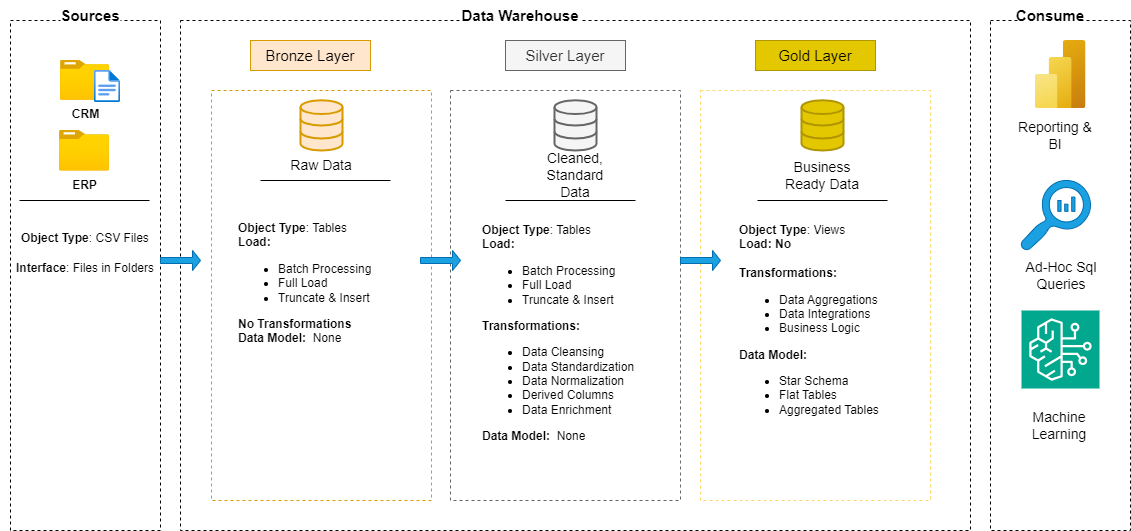
Above: documents/High level architecture draw.png in rahmakhaledsalama/sql-data-warehouse-project (draw.io), before the change. Source tidied: cells renumbered, new cells last; positions are measured from the earlier drawing's top-left corner, leaving out a move shared by most shapes. Its diagram source:
```xml
<mxGraphModel>
  <root>
    <mxCell id="0" />
    <mxCell id="1" parent="0" />
    <mxCell id="2" style="rounded=0;whiteSpace=wrap;html=1;dashed=1;fillColor=none;" parent="1" vertex="1">
      <mxGeometry x="10" y="20" width="150" height="510" as="geometry" />
    </mxCell>
    <mxCell id="3" value="&lt;b&gt;&lt;font style=&quot;font-size: 15px;&quot;&gt;Sources&lt;/font&gt;&lt;/b&gt;" style="text;html=1;align=center;verticalAlign=middle;whiteSpace=wrap;rounded=0;fillColor=default;" parent="1" vertex="1">
      <mxGeometry x="60" width="60" height="30" as="geometry" />
    </mxCell>
    <mxCell id="4" style="rounded=0;whiteSpace=wrap;html=1;dashed=1;fillColor=none;" parent="1" vertex="1">
      <mxGeometry x="180" y="20" width="790" height="510" as="geometry" />
    </mxCell>
    <mxCell id="5" style="rounded=0;whiteSpace=wrap;html=1;dashed=1;fillColor=none;" parent="1" vertex="1">
      <mxGeometry x="990" y="20" width="140" height="510" as="geometry" />
    </mxCell>
    <mxCell id="6" value="&lt;b&gt;&lt;font style=&quot;font-size: 15px;&quot;&gt;Data Warehouse&lt;/font&gt;&lt;/b&gt;" style="text;html=1;align=center;verticalAlign=middle;whiteSpace=wrap;rounded=0;fillColor=default;" parent="1" vertex="1">
      <mxGeometry x="460" width="120" height="30" as="geometry" />
    </mxCell>
    <mxCell id="7" value="&lt;b&gt;&lt;font style=&quot;font-size: 15px;&quot;&gt;Consume&lt;/font&gt;&lt;/b&gt;" style="text;html=1;align=center;verticalAlign=middle;whiteSpace=wrap;rounded=0;fillColor=default;" parent="1" vertex="1">
      <mxGeometry x="1020" width="60" height="30" as="geometry" />
    </mxCell>
    <mxCell id="8" value="&lt;font style=&quot;font-size: 15px;&quot;&gt;Bronze Layer&lt;/font&gt;" style="rounded=0;whiteSpace=wrap;html=1;fillColor=#ffe6cc;strokeColor=#d79b00;" parent="1" vertex="1">
      <mxGeometry x="250" y="40" width="120" height="30" as="geometry" />
    </mxCell>
    <mxCell id="9" style="rounded=0;whiteSpace=wrap;html=1;dashed=1;fillColor=none;strokeColor=#d79b00;" parent="1" vertex="1">
      <mxGeometry x="211" y="90" width="220" height="410" as="geometry" />
    </mxCell>
    <mxCell id="10" value="&lt;font style=&quot;font-size: 15px;&quot;&gt;Silver Layer&lt;/font&gt;" style="rounded=0;whiteSpace=wrap;html=1;fillColor=#f5f5f5;strokeColor=#666666;fontColor=#333333;" parent="1" vertex="1">
      <mxGeometry x="505" y="40" width="120" height="30" as="geometry" />
    </mxCell>
    <mxCell id="11" style="rounded=0;whiteSpace=wrap;html=1;dashed=1;fillColor=none;fontColor=#333333;strokeColor=#666666;" parent="1" vertex="1">
      <mxGeometry x="450" y="90" width="230" height="410" as="geometry" />
    </mxCell>
    <mxCell id="12" value="&lt;font style=&quot;font-size: 15px;&quot;&gt;Gold Layer&lt;/font&gt;" style="rounded=0;whiteSpace=wrap;html=1;fillColor=#e3c800;strokeColor=#B09500;fontColor=#000000;" parent="1" vertex="1">
      <mxGeometry x="755" y="40" width="120" height="30" as="geometry" />
    </mxCell>
    <mxCell id="13" style="rounded=0;whiteSpace=wrap;html=1;dashed=1;fillColor=none;strokeColor=#FFD966;fontColor=#000000;" parent="1" vertex="1">
      <mxGeometry x="700" y="90" width="230" height="410" as="geometry" />
    </mxCell>
    <mxCell id="14" value="&lt;b&gt;CRM&lt;/b&gt;" style="image;html=1;align=center;fontSize=12;image=img/lib/azure2/general/Folder_Blank.svg;" parent="1" vertex="1">
      <mxGeometry x="60" y="60" width="49" height="39.8" as="geometry" />
    </mxCell>
    <mxCell id="15" style="image;html=1;align=center;fontSize=12;image=img/lib/azure2/general/File.svg;" parent="1" vertex="1">
      <mxGeometry x="94" y="70" width="26" height="32" as="geometry" />
    </mxCell>
    <mxCell id="16" value="&lt;b&gt;ERP&lt;/b&gt;" style="image;html=1;align=center;fontSize=12;image=img/lib/azure2/general/Folder_Blank.svg;" parent="1" vertex="1">
      <mxGeometry x="59" y="130" width="50" height="40.6" as="geometry" />
    </mxCell>
    <mxCell id="17" style="endArrow=none;html=1;rounded=0;" parent="1" edge="1">
      <mxGeometry relative="1" as="geometry">
        <mxPoint x="19" y="200" as="sourcePoint" />
        <mxPoint x="149" y="200" as="targetPoint" />
      </mxGeometry>
    </mxCell>
    <mxCell id="18" value="&lt;font&gt;&lt;b style=&quot;&quot;&gt;Object Type&lt;/b&gt;: CSV Files&lt;/font&gt;&lt;div&gt;&lt;br&gt;&lt;/div&gt;" style="text;html=1;align=left;verticalAlign=middle;whiteSpace=wrap;rounded=0;" parent="1" vertex="1">
      <mxGeometry x="19" y="230" width="130" height="30" as="geometry" />
    </mxCell>
    <mxCell id="19" value="&lt;div&gt;&lt;b&gt;Interface&lt;/b&gt;: Files in Folders&lt;/div&gt;&lt;div&gt;&lt;br style=&quot;text-align: left;&quot;&gt;&lt;/div&gt;" style="text;html=1;align=center;verticalAlign=middle;whiteSpace=wrap;rounded=0;" parent="1" vertex="1">
      <mxGeometry y="260" width="170" height="30" as="geometry" />
    </mxCell>
    <mxCell id="20" style="html=1;verticalLabelPosition=bottom;align=center;labelBackgroundColor=#ffffff;verticalAlign=top;strokeWidth=2;strokeColor=#d79b00;shadow=0;dashed=0;shape=mxgraph.ios7.icons.data;fillColor=#ffe6cc;" parent="1" vertex="1">
      <mxGeometry x="300" y="99.8" width="42" height="50.2" as="geometry" />
    </mxCell>
    <mxCell id="21" style="html=1;verticalLabelPosition=bottom;align=center;labelBackgroundColor=#ffffff;verticalAlign=top;strokeWidth=2;strokeColor=#666666;shadow=0;dashed=0;shape=mxgraph.ios7.icons.data;fillColor=#f5f5f5;fontColor=#333333;" parent="1" vertex="1">
      <mxGeometry x="554" y="99.8" width="42" height="50.2" as="geometry" />
    </mxCell>
    <mxCell id="22" style="html=1;verticalLabelPosition=bottom;align=center;labelBackgroundColor=#ffffff;verticalAlign=top;strokeWidth=2;strokeColor=#B09500;shadow=0;dashed=0;shape=mxgraph.ios7.icons.data;fillColor=#e3c800;fontColor=#000000;" parent="1" vertex="1">
      <mxGeometry x="801" y="99.8" width="42" height="50.2" as="geometry" />
    </mxCell>
    <mxCell id="23" style="shape=singleArrow;whiteSpace=wrap;html=1;fillColor=#1ba1e2;strokeColor=#006EAF;fontColor=#ffffff;" parent="1" vertex="1">
      <mxGeometry x="680" y="250" width="40" height="20" as="geometry" />
    </mxCell>
    <mxCell id="24" style="shape=singleArrow;whiteSpace=wrap;html=1;fillColor=#1ba1e2;strokeColor=#006EAF;fontColor=#ffffff;" parent="1" vertex="1">
      <mxGeometry x="160" y="250" width="40" height="20" as="geometry" />
    </mxCell>
    <mxCell id="25" style="shape=singleArrow;whiteSpace=wrap;html=1;fillColor=#1ba1e2;strokeColor=#006EAF;fontColor=#ffffff;" parent="1" vertex="1">
      <mxGeometry x="420" y="250" width="40" height="20" as="geometry" />
    </mxCell>
    <mxCell id="26" value="&lt;font style=&quot;font-size: 14px;&quot;&gt;Raw Data&lt;/font&gt;" style="text;html=1;align=center;verticalAlign=middle;whiteSpace=wrap;rounded=0;" parent="1" vertex="1">
      <mxGeometry x="281" y="150" width="80" height="30" as="geometry" />
    </mxCell>
    <mxCell id="27" value="&lt;font style=&quot;font-size: 14px;&quot;&gt;Cleaned, Standard Data&lt;/font&gt;" style="text;html=1;align=center;verticalAlign=middle;whiteSpace=wrap;rounded=0;" parent="1" vertex="1">
      <mxGeometry x="535" y="140" width="80" height="70" as="geometry" />
    </mxCell>
    <mxCell id="28" value="&lt;font style=&quot;font-size: 14px;&quot;&gt;Business Ready Data&lt;/font&gt;" style="text;html=1;align=center;verticalAlign=middle;whiteSpace=wrap;rounded=0;" parent="1" vertex="1">
      <mxGeometry x="782" y="140" width="80" height="70" as="geometry" />
    </mxCell>
    <mxCell id="29" style="endArrow=none;html=1;rounded=0;" parent="1" edge="1">
      <mxGeometry relative="1" as="geometry">
        <mxPoint x="260" y="180" as="sourcePoint" />
        <mxPoint x="390" y="180" as="targetPoint" />
      </mxGeometry>
    </mxCell>
    <mxCell id="30" style="endArrow=none;html=1;rounded=0;" parent="1" edge="1">
      <mxGeometry relative="1" as="geometry">
        <mxPoint x="505" y="200" as="sourcePoint" />
        <mxPoint x="635" y="200" as="targetPoint" />
      </mxGeometry>
    </mxCell>
    <mxCell id="31" style="endArrow=none;html=1;rounded=0;" parent="1" edge="1">
      <mxGeometry relative="1" as="geometry">
        <mxPoint x="757" y="200" as="sourcePoint" />
        <mxPoint x="887" y="200" as="targetPoint" />
      </mxGeometry>
    </mxCell>
    <mxCell id="32" value="&lt;font&gt;&lt;b style=&quot;&quot;&gt;Object Type&lt;/b&gt;: Tables&lt;/font&gt;&lt;div&gt;&lt;b&gt;Load:&lt;/b&gt;&lt;/div&gt;&lt;div&gt;&lt;ul&gt;&lt;li&gt;Batch Processing&lt;/li&gt;&lt;li&gt;Full Load&lt;/li&gt;&lt;li&gt;&lt;span style=&quot;background-color: transparent; color: light-dark(rgb(0, 0, 0), rgb(255, 255, 255));&quot;&gt;Truncate &amp;amp; Insert&lt;/span&gt;&lt;/li&gt;&lt;/ul&gt;&lt;b&gt;No Transformations&lt;span style=&quot;white-space: pre;&quot;&gt;&#9;&lt;/span&gt;&lt;/b&gt;&lt;/div&gt;&lt;div&gt;&lt;b&gt;Data Model:&amp;nbsp;&lt;/b&gt;&amp;nbsp;None&amp;nbsp;&lt;br&gt;&lt;div&gt;&lt;br&gt;&lt;/div&gt;&lt;/div&gt;" style="text;html=1;align=left;verticalAlign=middle;whiteSpace=wrap;rounded=0;" parent="1" vertex="1">
      <mxGeometry x="236" y="170.6" width="170" height="239" as="geometry" />
    </mxCell>
    <mxCell id="33" value="&lt;font&gt;&lt;b style=&quot;&quot;&gt;Object Type&lt;/b&gt;: Tables&lt;/font&gt;&lt;div&gt;&lt;b&gt;Load:&lt;/b&gt;&lt;/div&gt;&lt;div&gt;&lt;ul&gt;&lt;li&gt;Batch Processing&lt;/li&gt;&lt;li&gt;Full Load&lt;/li&gt;&lt;li&gt;&lt;span style=&quot;background-color: transparent; color: light-dark(rgb(0, 0, 0), rgb(255, 255, 255));&quot;&gt;Truncate &amp;amp; Insert&lt;/span&gt;&lt;/li&gt;&lt;/ul&gt;&lt;b&gt;Transformations:&lt;/b&gt;&lt;/div&gt;&lt;div&gt;&lt;ul&gt;&lt;li&gt;Data Cleansing&lt;/li&gt;&lt;li&gt;Data Standardization&lt;/li&gt;&lt;li&gt;Data Normalization&lt;/li&gt;&lt;li&gt;Derived Columns&lt;/li&gt;&lt;li&gt;Data Enrichment&lt;span style=&quot;font-weight: bold; white-space: pre;&quot;&gt;&#9;&lt;/span&gt;&lt;/li&gt;&lt;/ul&gt;&lt;/div&gt;&lt;div&gt;&lt;b&gt;Data Model:&amp;nbsp;&lt;/b&gt;&amp;nbsp;None&amp;nbsp;&lt;br&gt;&lt;div&gt;&lt;br&gt;&lt;/div&gt;&lt;/div&gt;" style="text;html=1;align=left;verticalAlign=middle;whiteSpace=wrap;rounded=0;" parent="1" vertex="1">
      <mxGeometry x="480" y="200" width="170" height="280" as="geometry" />
    </mxCell>
    <mxCell id="34" value="&lt;font&gt;&lt;b style=&quot;&quot;&gt;Object Type&lt;/b&gt;: Views&lt;/font&gt;&lt;div&gt;&lt;b&gt;Load: No&lt;/b&gt;&lt;/div&gt;&lt;div&gt;&lt;b&gt;&lt;br&gt;&lt;/b&gt;&lt;/div&gt;&lt;div&gt;&lt;b&gt;Transformations:&lt;/b&gt;&lt;/div&gt;&lt;div&gt;&lt;ul&gt;&lt;li&gt;Data Aggregations&lt;/li&gt;&lt;li&gt;Data Integrations&lt;/li&gt;&lt;li&gt;Business Logic&lt;span style=&quot;font-weight: bold; white-space: pre;&quot;&gt;&#9;&lt;/span&gt;&lt;/li&gt;&lt;/ul&gt;&lt;/div&gt;&lt;div&gt;&lt;b&gt;Data Model:&amp;nbsp;&lt;/b&gt;&amp;nbsp;&lt;/div&gt;&lt;div&gt;&lt;ul&gt;&lt;li&gt;Star Schema&lt;/li&gt;&lt;li&gt;Flat Tables&lt;/li&gt;&lt;li&gt;Aggregated Tables&lt;/li&gt;&lt;/ul&gt;&lt;/div&gt;&lt;div&gt;&lt;br&gt;&lt;div&gt;&lt;br&gt;&lt;/div&gt;&lt;/div&gt;" style="text;html=1;align=left;verticalAlign=middle;whiteSpace=wrap;rounded=0;" parent="1" vertex="1">
      <mxGeometry x="737" y="200" width="170" height="280" as="geometry" />
    </mxCell>
    <mxCell id="35" style="image;html=1;align=center;fontSize=12;image=img/lib/azure2/analytics/Power_BI_Embedded.svg;" parent="1" vertex="1">
      <mxGeometry x="1034.5" y="40" width="51" height="68" as="geometry" />
    </mxCell>
    <mxCell id="36" style="sketch=0;shadow=0;dashed=0;html=1;strokeColor=#006EAF;labelPosition=center;verticalLabelPosition=bottom;verticalAlign=top;align=center;fillColor=#1ba1e2;shape=mxgraph.mscae.oms.log_search;fontColor=#ffffff;" parent="1" vertex="1">
      <mxGeometry x="1020" y="180" width="70" height="70" as="geometry" />
    </mxCell>
    <mxCell id="37" style="sketch=0;fontColor=#232F3E;fillColor=#01A88D;strokeColor=#ffffff;dashed=0;verticalLabelPosition=bottom;verticalAlign=top;align=center;html=1;fontSize=12;fontStyle=0;shape=mxgraph.aws4.resourceIcon;resIcon=mxgraph.aws4.bedrock;" parent="1" vertex="1">
      <mxGeometry x="1021" y="310" width="78" height="78" as="geometry" />
    </mxCell>
    <mxCell id="38" value="&lt;font style=&quot;font-size: 14px;&quot;&gt;Reporting &amp;amp; BI&lt;/font&gt;" style="text;html=1;align=center;verticalAlign=middle;whiteSpace=wrap;rounded=0;" parent="1" vertex="1">
      <mxGeometry x="1015" y="110" width="80" height="50" as="geometry" />
    </mxCell>
    <mxCell id="39" value="&lt;font style=&quot;font-size: 14px;&quot;&gt;Ad-Hoc Sql Queries&lt;/font&gt;&lt;span style=&quot;color: rgba(0, 0, 0, 0); font-family: monospace; font-size: 0px; text-align: start; text-wrap-mode: nowrap;&quot;&gt;%3CmxGraphModel%3E%3Croot%3E%3CmxCell%20id%3D%220%22%2F%3E%3CmxCell%20id%3D%221%22%20parent%3D%220%22%2F%3E%3CmxCell%20id%3D%222%22%20value%3D%22%26lt%3Bfont%20style%3D%26quot%3Bfont-size%3A%2014px%3B%26quot%3B%26gt%3BReporting%20%26amp%3Bamp%3B%20BI%26lt%3B%2Ffont%26gt%3B%22%20style%3D%22text%3Bhtml%3D1%3Balign%3Dcenter%3BverticalAlign%3Dmiddle%3BwhiteSpace%3Dwrap%3Brounded%3D0%3B%22%20vertex%3D%221%22%20parent%3D%221%22%3E%3CmxGeometry%20x%3D%221015%22%20y%3D%22170%22%20width%3D%2280%22%20height%3D%2250%22%20as%3D%22geometry%22%2F%3E%3C%2FmxCell%3E%3C%2Froot%3E%3C%2FmxGraphModel%3E&lt;/span&gt;&lt;span style=&quot;color: rgba(0, 0, 0, 0); font-family: monospace; font-size: 0px; text-align: start; text-wrap-mode: nowrap;&quot;&gt;%3CmxGraphModel%3E%3Croot%3E%3CmxCell%20id%3D%220%22%2F%3E%3CmxCell%20id%3D%221%22%20parent%3D%220%22%2F%3E%3CmxCell%20id%3D%222%22%20value%3D%22%26lt%3Bfont%20style%3D%26quot%3Bfont-size%3A%2014px%3B%26quot%3B%26gt%3BReporting%20%26amp%3Bamp%3B%20BI%26lt%3B%2Ffont%26gt%3B%22%20style%3D%22text%3Bhtml%3D1%3Balign%3Dcenter%3BverticalAlign%3Dmiddle%3BwhiteSpace%3Dwrap%3Brounded%3D0%3B%22%20vertex%3D%221%22%20parent%3D%221%22%3E%3CmxGeometry%20x%3D%221015%22%20y%3D%22170%22%20width%3D%2280%22%20height%3D%2250%22%20as%3D%22geometry%22%2F%3E%3C%2FmxCell%3E%3C%2Froot%3E%3C%2FmxGraphModel%3E&lt;/span&gt;" style="text;html=1;align=center;verticalAlign=middle;whiteSpace=wrap;rounded=0;" parent="1" vertex="1">
      <mxGeometry x="1021" y="250" width="80" height="50" as="geometry" />
    </mxCell>
    <mxCell id="40" value="&lt;font style=&quot;font-size: 14px;&quot;&gt;Machine Learning&lt;/font&gt;" style="text;html=1;align=center;verticalAlign=middle;whiteSpace=wrap;rounded=0;" parent="1" vertex="1">
      <mxGeometry x="1019" y="400" width="80" height="50" as="geometry" />
    </mxCell>
  </root>
</mxGraphModel>
```
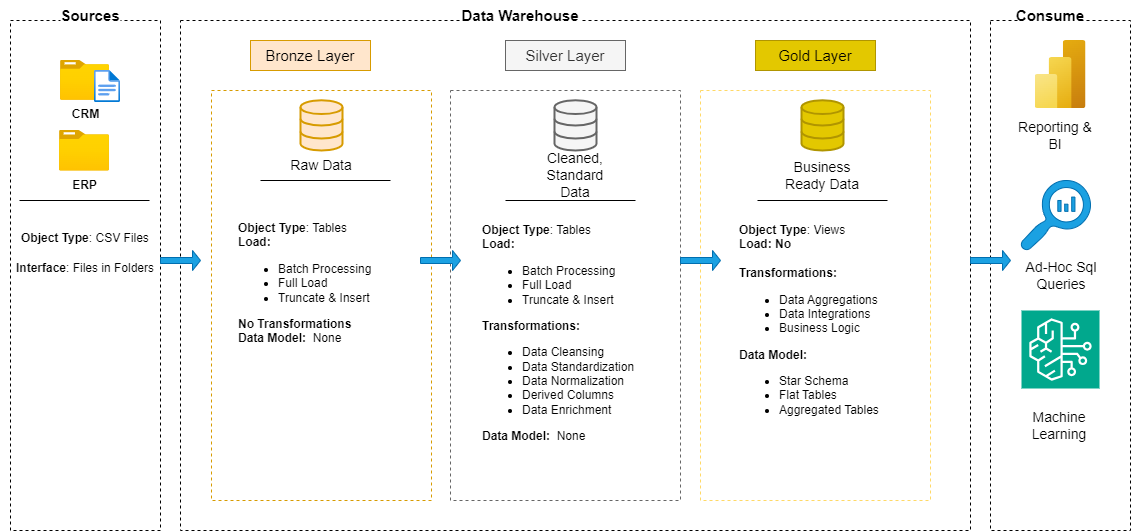
The same file after the commit.

Change to the diagram source:
```diff
@@ -131,5 +131,8 @@
     <mxCell id="40" value="&lt;font style=&quot;font-size: 14px;&quot;&gt;Machine Learning&lt;/font&gt;" style="text;html=1;align=center;verticalAlign=middle;whiteSpace=wrap;rounded=0;" parent="1" vertex="1">
       <mxGeometry x="1019" y="400" width="80" height="50" as="geometry" />
     </mxCell>
+    <mxCell id="41" style="shape=singleArrow;whiteSpace=wrap;html=1;fillColor=#1ba1e2;strokeColor=#006EAF;fontColor=#ffffff;" parent="1" vertex="1">
+      <mxGeometry x="970" y="250" width="40" height="20" as="geometry" />
+    </mxCell>
   </root>
 </mxGraphModel>
```
